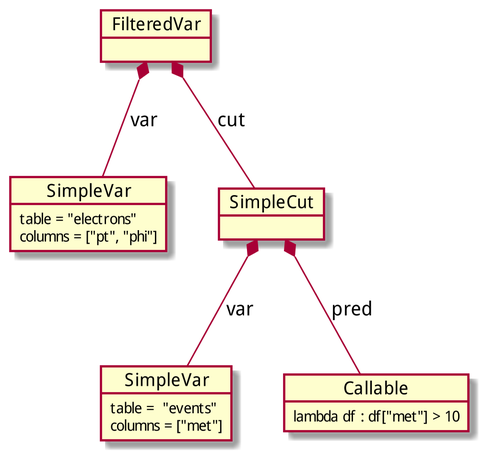
Above: docs/diagrams/fv-uc-01.png in marcpaterno/pandana3-design (PlantUML), before the change.
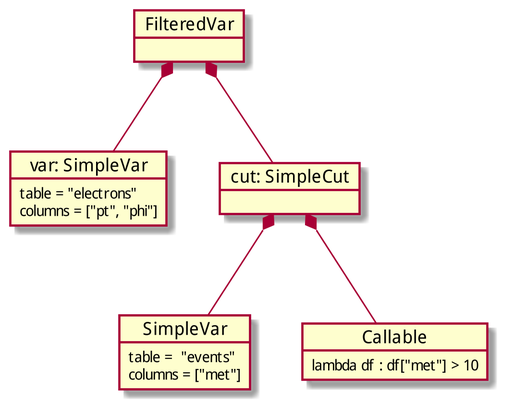
Later version of the same file.

Diff of the diagram source:
```diff
@@ -1,12 +1,12 @@
 @startuml
 skinparam dpi 300
 
-object "SimpleVar" as var {
+object "var: SimpleVar" as var {
   table = "electrons"
   columns = ["pt", "phi"]
 }
 
-object "SimpleCut" as cut {
+object "cut: SimpleCut" as cut {
 }
 
 object "SimpleVar" as met {
@@ -21,9 +21,9 @@
  lambda df : df["met"] > 10
 }
 
-cut *-- met : var
-cut *-- pred : pred
-fv *-- var : var
-fv *-- cut : cut
+cut *-- met
+cut *-- pred
+fv *-- var
+fv *-- cut
 
 @enduml
```
